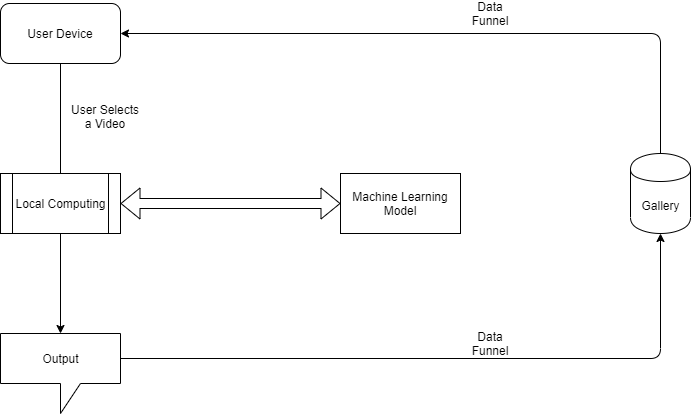
This is 5-Sec System Design.png from Cagriyoruk/5-SEC, a draw.io export, as it was before one commit. Source tidied: cells renumbered, new cells last; positions are measured from the earlier drawing's top-left corner, leaving out a move shared by most shapes. Its diagram source:
```xml
<mxGraphModel>
  <root>
    <mxCell id="0" />
    <mxCell id="1" parent="0" />
    <mxCell id="2" value="User Device" style="rounded=1;whiteSpace=wrap;html=1;" parent="1" vertex="1">
      <mxGeometry width="120" height="60" as="geometry" />
    </mxCell>
    <mxCell id="3" style="endArrow=none;html=1;entryX=0.5;entryY=1;entryDx=0;entryDy=0;exitX=0.5;exitY=0;exitDx=0;exitDy=0;" parent="1" edge="1" source="5" target="2">
      <mxGeometry relative="1" as="geometry" />
    </mxCell>
    <mxCell id="4" value="User Selects a Video" style="text;html=1;strokeColor=none;fillColor=none;align=center;verticalAlign=middle;whiteSpace=wrap;rounded=0;" parent="1" vertex="1">
      <mxGeometry x="70" y="110" width="70" height="20" as="geometry" />
    </mxCell>
    <mxCell id="5" value="Local Computing" style="shape=process;whiteSpace=wrap;html=1;backgroundOutline=1;" parent="1" vertex="1">
      <mxGeometry y="170" width="120" height="60" as="geometry" />
    </mxCell>
    <mxCell id="6" style="shape=flexArrow;endArrow=classic;startArrow=classic;html=1;exitX=1;exitY=0.5;exitDx=0;exitDy=0;" parent="1" edge="1" source="5">
      <mxGeometry relative="1" as="geometry">
        <mxPoint x="340" y="200" as="targetPoint" />
      </mxGeometry>
    </mxCell>
    <mxCell id="7" value="Machine Learning Model" style="rounded=0;whiteSpace=wrap;html=1;" parent="1" vertex="1">
      <mxGeometry x="340" y="170" width="120" height="60" as="geometry" />
    </mxCell>
    <mxCell id="8" style="endArrow=classic;html=1;exitX=0.5;exitY=1;exitDx=0;exitDy=0;entryX=0.5;entryY=0;entryDx=0;entryDy=0;" parent="1" edge="1" source="5">
      <mxGeometry relative="1" as="geometry">
        <mxPoint x="60" y="330" as="targetPoint" />
      </mxGeometry>
    </mxCell>
    <mxCell id="9" value="Output" style="shape=callout;whiteSpace=wrap;html=1;perimeter=calloutPerimeter;" parent="1" vertex="1">
      <mxGeometry y="330" width="120" height="80" as="geometry" />
    </mxCell>
    <mxCell id="10" value="Gallery" style="shape=cylinder;whiteSpace=wrap;html=1;boundedLbl=1;backgroundOutline=1;" parent="1" vertex="1">
      <mxGeometry x="630" y="150" width="60" height="80" as="geometry" />
    </mxCell>
    <mxCell id="11" style="endArrow=classic;html=1;exitX=0.5;exitY=0;exitDx=0;exitDy=0;entryX=1;entryY=0.5;entryDx=0;entryDy=0;" parent="1" edge="1" source="10" target="2">
      <mxGeometry relative="1" as="geometry">
        <Array as="points">
          <mxPoint x="660" y="30" />
        </Array>
      </mxGeometry>
    </mxCell>
    <mxCell id="12" style="endArrow=classic;html=1;entryX=0.5;entryY=1;entryDx=0;entryDy=0;exitX=0;exitY=0;exitDx=120;exitDy=25;exitPerimeter=0;" parent="1" edge="1" source="9" target="10">
      <mxGeometry relative="1" as="geometry">
        <Array as="points">
          <mxPoint x="660" y="355" />
        </Array>
      </mxGeometry>
    </mxCell>
    <mxCell id="13" value="Data Funnel" style="text;html=1;strokeColor=none;fillColor=none;align=center;verticalAlign=middle;whiteSpace=wrap;rounded=0;" parent="1" vertex="1">
      <mxGeometry x="470" width="40" height="20" as="geometry" />
    </mxCell>
    <mxCell id="14" value="Data Funnel" style="text;html=1;strokeColor=none;fillColor=none;align=center;verticalAlign=middle;whiteSpace=wrap;rounded=0;" parent="1" vertex="1">
      <mxGeometry x="470" y="330" width="40" height="20" as="geometry" />
    </mxCell>
  </root>
</mxGraphModel>
```
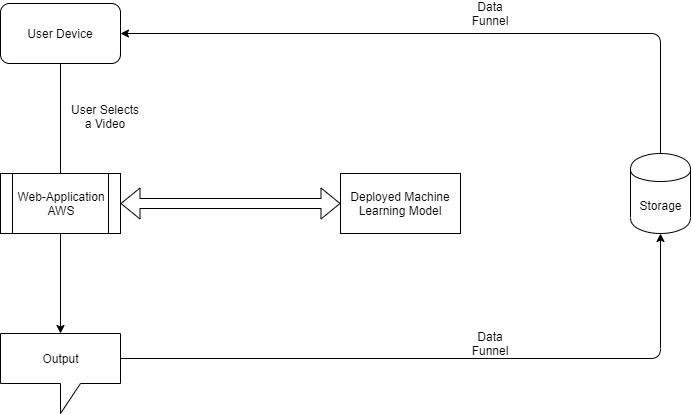
Above is the later version.

Commit message:
Update System Design

Change to the diagram source:
```diff
@@ -11,7 +11,7 @@
     <mxCell id="4" value="User Selects a Video" style="text;html=1;strokeColor=none;fillColor=none;align=center;verticalAlign=middle;whiteSpace=wrap;rounded=0;" parent="1" vertex="1">
       <mxGeometry x="70" y="110" width="70" height="20" as="geometry" />
     </mxCell>
-    <mxCell id="5" value="Local Computing" style="shape=process;whiteSpace=wrap;html=1;backgroundOutline=1;" parent="1" vertex="1">
+    <mxCell id="5" value="Web-Application&lt;br&gt;AWS" style="shape=process;whiteSpace=wrap;html=1;backgroundOutline=1;" parent="1" vertex="1">
       <mxGeometry y="170" width="120" height="60" as="geometry" />
     </mxCell>
     <mxCell id="6" style="shape=flexArrow;endArrow=classic;startArrow=classic;html=1;exitX=1;exitY=0.5;exitDx=0;exitDy=0;" parent="1" edge="1" source="5">
@@ -19,7 +19,7 @@
         <mxPoint x="340" y="200" as="targetPoint" />
       </mxGeometry>
     </mxCell>
-    <mxCell id="7" value="Machine Learning Model" style="rounded=0;whiteSpace=wrap;html=1;" parent="1" vertex="1">
+    <mxCell id="7" value="Deployed Machine Learning Model" style="rounded=0;whiteSpace=wrap;html=1;" parent="1" vertex="1">
       <mxGeometry x="340" y="170" width="120" height="60" as="geometry" />
     </mxCell>
     <mxCell id="8" style="endArrow=classic;html=1;exitX=0.5;exitY=1;exitDx=0;exitDy=0;entryX=0.5;entryY=0;entryDx=0;entryDy=0;" parent="1" edge="1" source="5">
@@ -30,7 +30,7 @@
     <mxCell id="9" value="Output" style="shape=callout;whiteSpace=wrap;html=1;perimeter=calloutPerimeter;" parent="1" vertex="1">
       <mxGeometry y="330" width="120" height="80" as="geometry" />
     </mxCell>
-    <mxCell id="10" value="Gallery" style="shape=cylinder;whiteSpace=wrap;html=1;boundedLbl=1;backgroundOutline=1;" parent="1" vertex="1">
+    <mxCell id="10" value="Storage" style="shape=cylinder;whiteSpace=wrap;html=1;boundedLbl=1;backgroundOutline=1;" parent="1" vertex="1">
       <mxGeometry x="630" y="150" width="60" height="80" as="geometry" />
     </mxCell>
     <mxCell id="11" style="endArrow=classic;html=1;exitX=0.5;exitY=0;exitDx=0;exitDy=0;entryX=1;entryY=0.5;entryDx=0;entryDy=0;" parent="1" edge="1" source="10" target="2">
```
